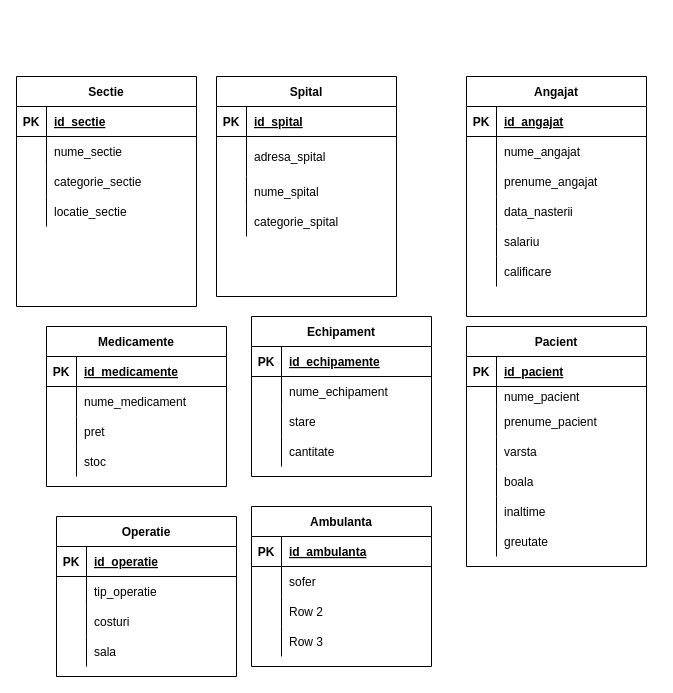
Above: Untitled Diagram.drawio in AbuniAndrei97/wickeds (draw.io), before the change. Source tidied: cells renumbered, new cells numbered last; positions are measured from the earlier drawing's top-left corner, leaving out a move shared by most shapes. Both pictures are drawn from the tidied source at 100%, with x=0, y=0 at pixel (16, 76).
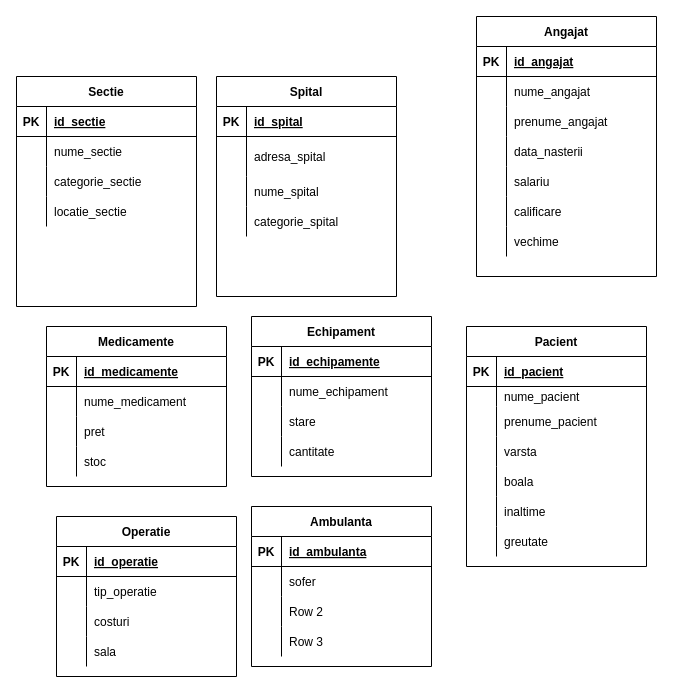
The same diagram, later.

Diff of the diagram source:
```diff
@@
     <mxCell id="15" value="Angajat" style="shape=table;startSize=30;childLayout=tableLayout;rowLines=0;fontStyle=1;align=center;" parent="1" vertex="1">
-      <mxGeometry x="450" width="180" height="240" as="geometry" />
+      <mxGeometry x="460" y="-60" width="180" height="260" as="geometry" />
     </mxCell>
@@
+    <mxCell id="121" style="shape=partialRectangle;fillColor=none;top=0;left=0;bottom=0;right=0;" parent="15" vertex="1">
+      <mxGeometry y="210" width="180" height="30" as="geometry" />
+    </mxCell>
+    <mxCell id="122" style="shape=partialRectangle;fillColor=none;top=0;left=0;bottom=0;right=0;overflow=hidden;" parent="121" vertex="1">
+      <mxGeometry width="30" height="30" as="geometry" />
+    </mxCell>
+    <mxCell id="123" value="vechime" style="shape=partialRectangle;fillColor=none;top=0;left=0;bottom=0;right=0;align=left;spacingLeft=6;overflow=hidden;" parent="121" vertex="1">
+      <mxGeometry x="30" width="150" height="30" as="geometry" />
+    </mxCell>
```
